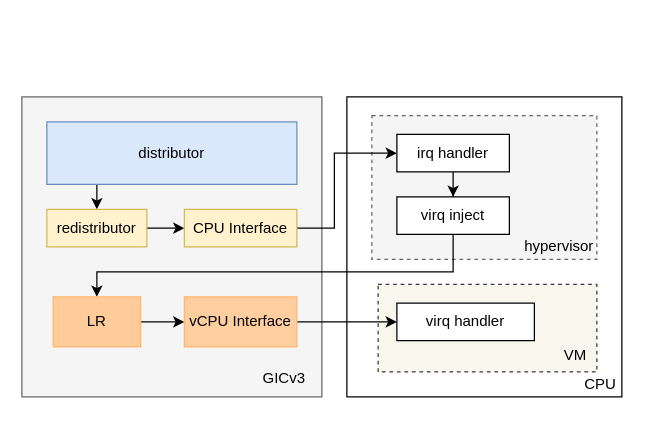
The draw.io diagram gicv3 virq.drawio in zhouhaoan/drawios, before the edit. Source tidied: cells renumbered, new cells numbered last; positions are measured from the earlier drawing's top-left corner, leaving out a move shared by most shapes. Both pictures are drawn from the tidied source at 125%, with x=0, y=0 at pixel (21, 96).
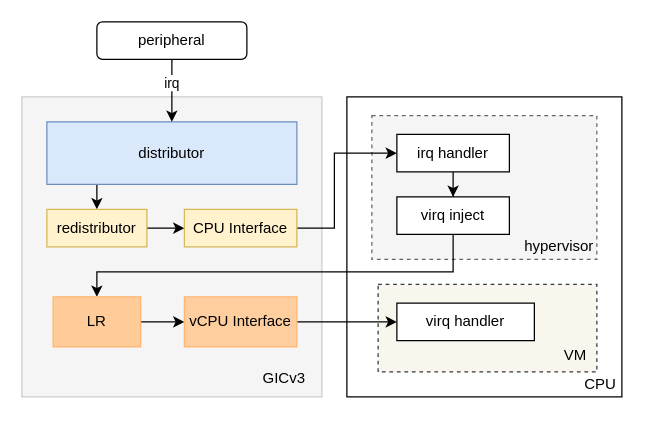
The same page after the edit.

Unchanged cells that the change refers to:
```xml
<mxCell id="7" value="distributor" style="rounded=0;whiteSpace=wrap;html=1;fillColor=#dae8fc;strokeColor=#6c8ebf;" parent="1" vertex="1">
  <mxGeometry x="20" y="20" width="200" height="50" as="geometry" />
</mxCell>
```

What changed in the source:
```diff
@@
-    <mxCell id="4" style="whiteSpace=wrap;html=1;fillColor=#f5f5f5;fontColor=#333333;strokeColor=#666666;" parent="1" vertex="1">
+    <mxCell id="4" style="whiteSpace=wrap;html=1;fillColor=#f5f5f5;fontColor=#333333;strokeColor=#CCCCCC;" parent="1" vertex="1">
       <mxGeometry width="240" height="240" as="geometry" />
     </mxCell>
@@
+    <mxCell id="25" style="edgeStyle=orthogonalEdgeStyle;rounded=0;jettySize=auto;html=1;entryX=0.5;entryY=0;entryDx=0;entryDy=0;" parent="1" edge="1" source="27" target="7">
+      <mxGeometry relative="1" as="geometry" />
+    </mxCell>
+    <mxCell id="26" value="irq" style="edgeLabel;html=1;align=center;verticalAlign=middle;" parent="25" vertex="1">
+      <mxGeometry x="-0.3" y="-1" relative="1" as="geometry" />
+    </mxCell>
+    <mxCell id="27" value="peripheral" style="rounded=1;whiteSpace=wrap;html=1;" parent="1" vertex="1">
+      <mxGeometry x="60" y="-60" width="120" height="30" as="geometry" />
+    </mxCell>
```
